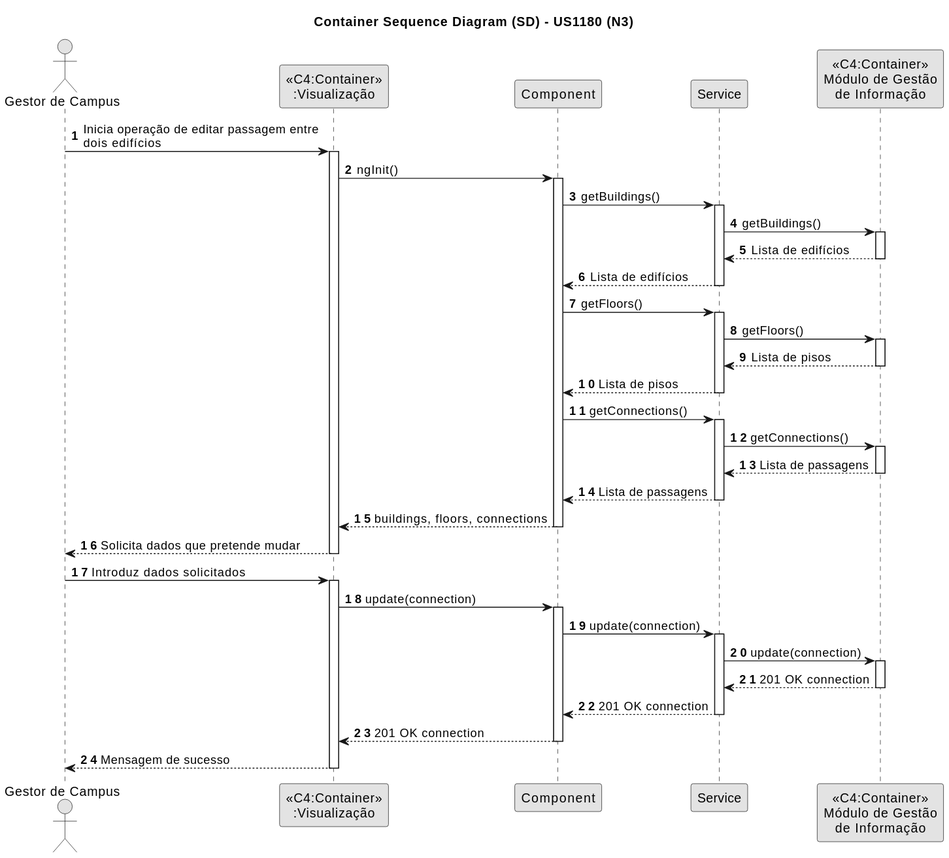
pedrocmesquita/RobDroneGo keeps this PlantUML diagram as docs/SprintB/1211171/us1180/SD-N3-US1180.svg. Above is the earlier version.
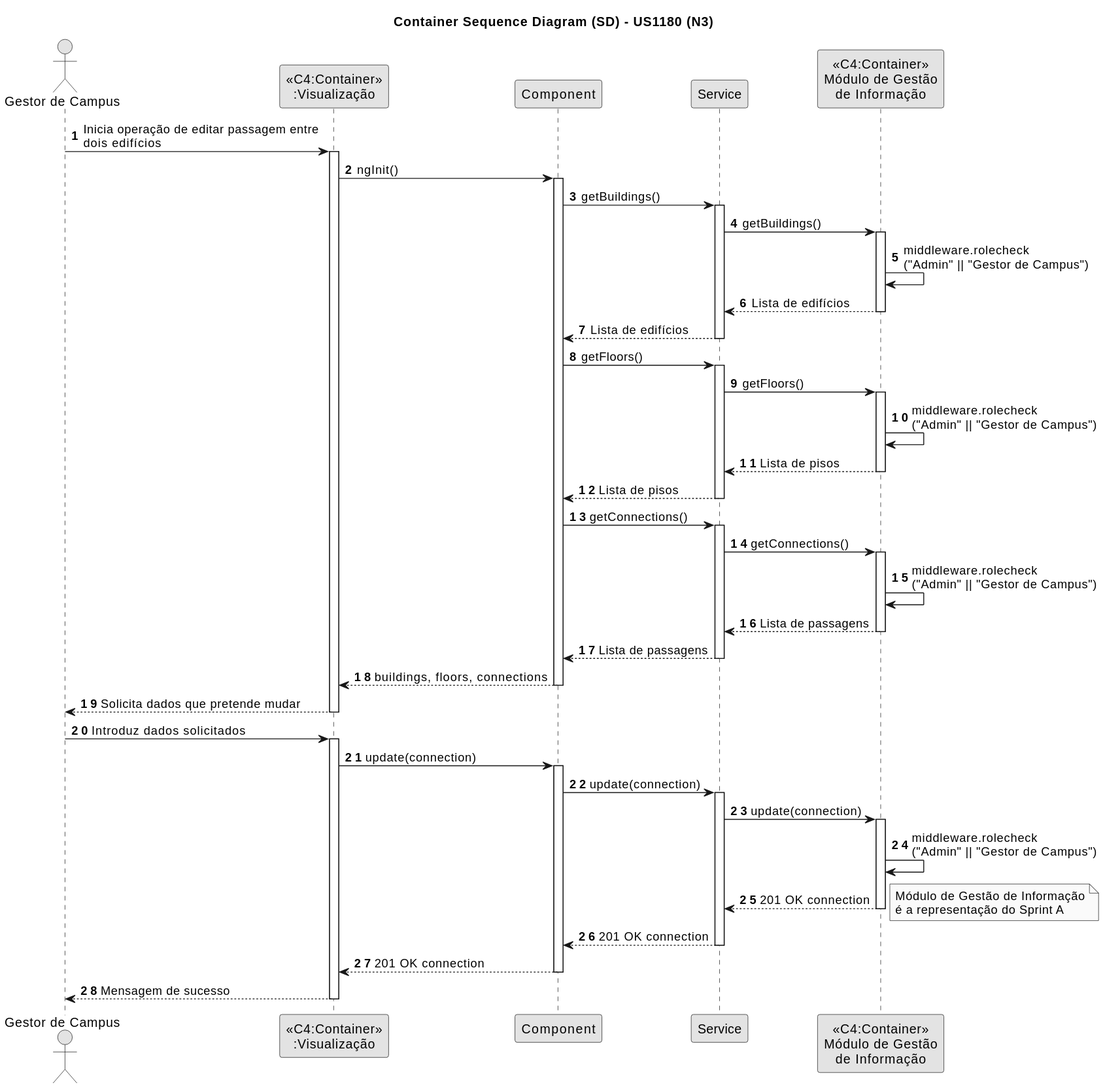
The same diagram one commit later.

What changed in the source:
```diff
@@ -17,6 +17,7 @@
 activate Service
 Service -> "<<C4:Container>>\nMódulo de Gestão\nde Informação" : getBuildings()
 activate "<<C4:Container>>\nMódulo de Gestão\nde Informação"
+"<<C4:Container>>\nMódulo de Gestão\nde Informação" -> "<<C4:Container>>\nMódulo de Gestão\nde Informação": middleware.rolecheck\n("Admin" || "Gestor de Campus")
 "<<C4:Container>>\nMódulo de Gestão\nde Informação" --> Service : Lista de edifícios
 deactivate "<<C4:Container>>\nMódulo de Gestão\nde Informação"
 Service --> Component : Lista de edifícios
@@ -25,6 +26,7 @@
 activate Service
 Service -> "<<C4:Container>>\nMódulo de Gestão\nde Informação" : getFloors()
 activate "<<C4:Container>>\nMódulo de Gestão\nde Informação"
+"<<C4:Container>>\nMódulo de Gestão\nde Informação" -> "<<C4:Container>>\nMódulo de Gestão\nde Informação": middleware.rolecheck\n("Admin" || "Gestor de Campus")
 "<<C4:Container>>\nMódulo de Gestão\nde Informação" --> Service : Lista de pisos
 deactivate "<<C4:Container>>\nMódulo de Gestão\nde Informação"
 Service --> Component : Lista de pisos
@@ -34,6 +36,7 @@
 
 Service -> "<<C4:Container>>\nMódulo de Gestão\nde Informação" : getConnections()
 activate "<<C4:Container>>\nMódulo de Gestão\nde Informação"
+"<<C4:Container>>\nMódulo de Gestão\nde Informação" -> "<<C4:Container>>\nMódulo de Gestão\nde Informação": middleware.rolecheck\n("Admin" || "Gestor de Campus")
 "<<C4:Container>>\nMódulo de Gestão\nde Informação" --> Service: Lista de passagens
 deactivate "<<C4:Container>>\nMódulo de Gestão\nde Informação"
 Service --> Component: Lista de passagens
@@ -53,7 +56,9 @@
 Service -> "<<C4:Container>>\nMódulo de Gestão\nde Informação" : update(connection)
 
 activate "<<C4:Container>>\nMódulo de Gestão\nde Informação"
+"<<C4:Container>>\nMódulo de Gestão\nde Informação" -> "<<C4:Container>>\nMódulo de Gestão\nde Informação": middleware.rolecheck\n("Admin" || "Gestor de Campus")
 "<<C4:Container>>\nMódulo de Gestão\nde Informação" --> Service: 201 OK connection
+note right: Módulo de Gestão de Informação\né a representação do Sprint A
 
 deactivate "<<C4:Container>>\nMódulo de Gestão\nde Informação"
 Service --> Component: 201 OK connection
```
